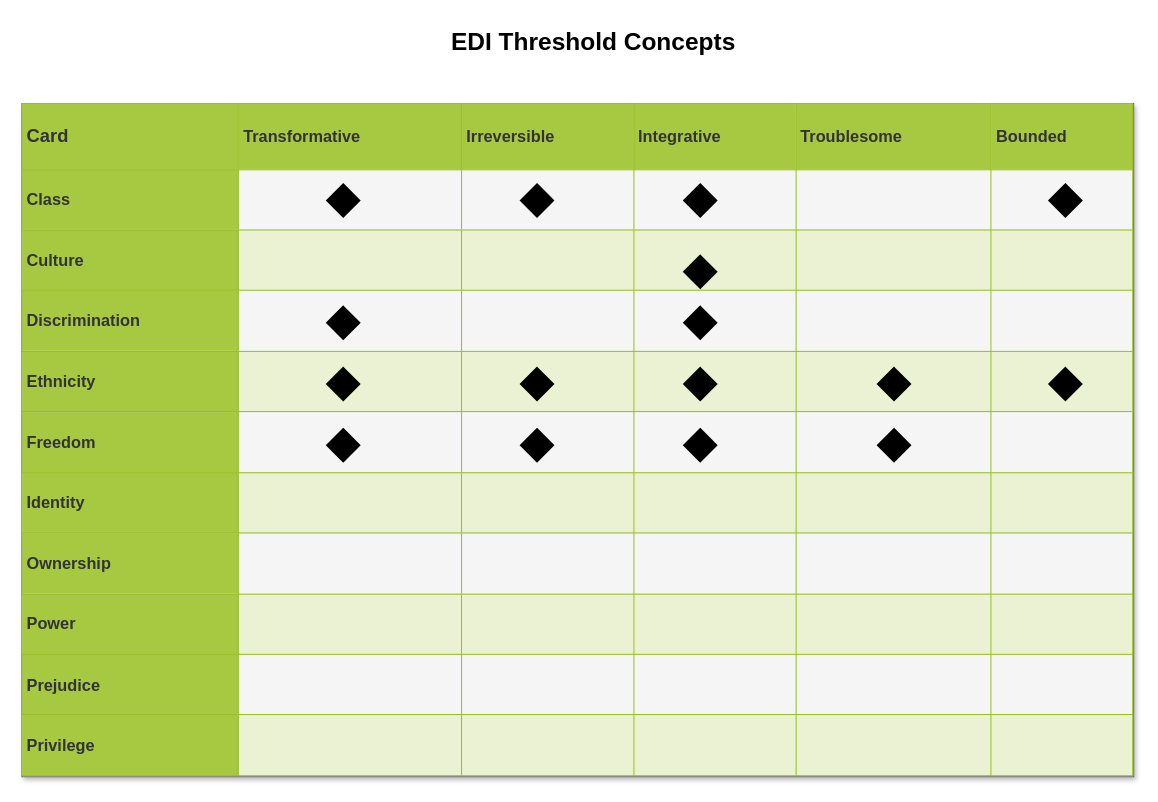
Before: Untitled Diagram.drawio in matthewsillence/edi_cards, a draw.io diagram. Source tidied: cells renumbered, new cells numbered last; positions are measured from the earlier drawing's top-left corner, leaving out a move shared by most shapes. Both pictures are drawn from the tidied source at 102%, with x=0, y=0 at pixel (21, 21).
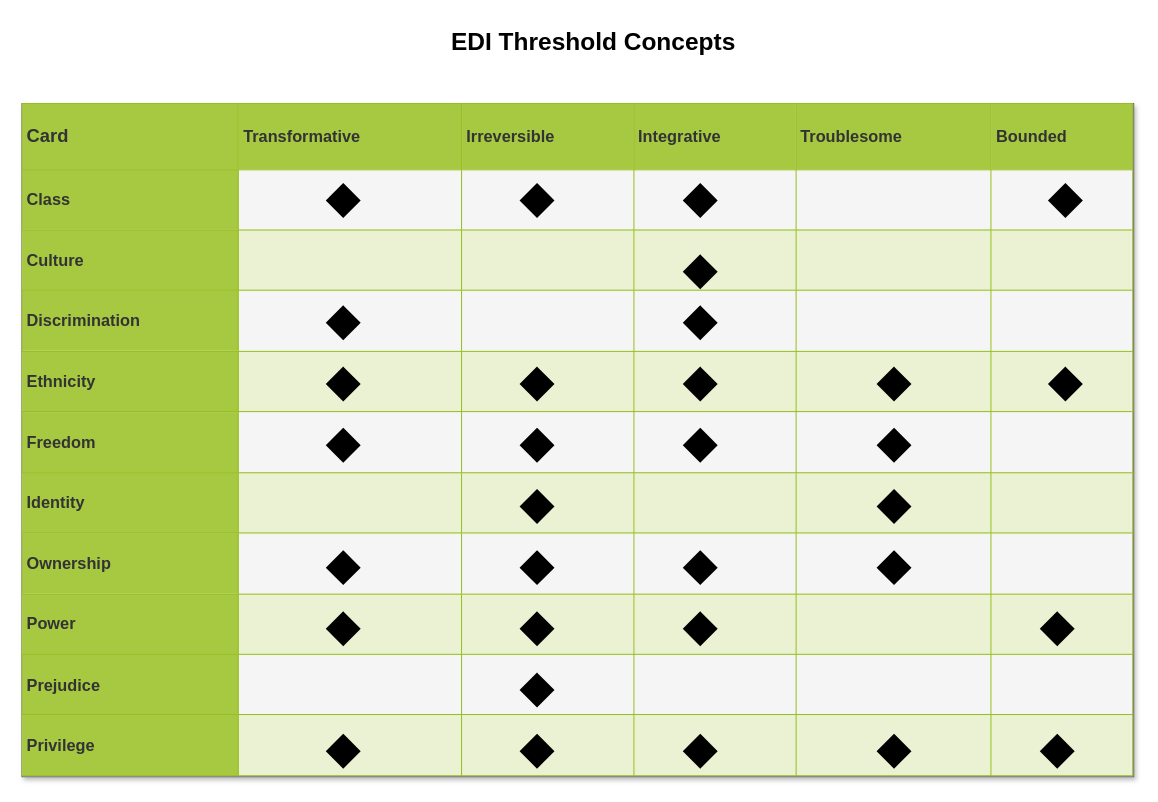
The same diagram, later.

Diff of the diagram source:
```diff
@@
+    <mxCell id="20" style="rhombus;whiteSpace=wrap;html=1;rounded=0;shadow=0;strokeWidth=3;fillColor=#000000;fontSize=14;" parent="1" vertex="1">
+      <mxGeometry x="490" y="460" width="30" height="30" as="geometry" />
+    </mxCell>
+    <mxCell id="21" style="rhombus;whiteSpace=wrap;html=1;rounded=0;shadow=0;strokeWidth=3;fillColor=#000000;fontSize=14;" parent="1" vertex="1">
+      <mxGeometry x="840" y="460" width="30" height="30" as="geometry" />
+    </mxCell>
+    <mxCell id="22" style="rhombus;whiteSpace=wrap;html=1;rounded=0;shadow=0;strokeWidth=3;fillColor=#000000;fontSize=14;" parent="1" vertex="1">
+      <mxGeometry x="300" y="520" width="30" height="30" as="geometry" />
+    </mxCell>
+    <mxCell id="23" style="rhombus;whiteSpace=wrap;html=1;rounded=0;shadow=0;strokeWidth=3;fillColor=#000000;fontSize=14;" parent="1" vertex="1">
+      <mxGeometry x="840" y="520" width="30" height="30" as="geometry" />
+    </mxCell>
+    <mxCell id="24" style="rhombus;whiteSpace=wrap;html=1;rounded=0;shadow=0;strokeWidth=3;fillColor=#000000;fontSize=14;" parent="1" vertex="1">
+      <mxGeometry x="490" y="520" width="30" height="30" as="geometry" />
+    </mxCell>
+    <mxCell id="25" style="rhombus;whiteSpace=wrap;html=1;rounded=0;shadow=0;strokeWidth=3;fillColor=#000000;fontSize=14;" parent="1" vertex="1">
+      <mxGeometry x="650" y="520" width="30" height="30" as="geometry" />
+    </mxCell>
+    <mxCell id="26" style="rhombus;whiteSpace=wrap;html=1;rounded=0;shadow=0;strokeWidth=3;fillColor=#000000;fontSize=14;" parent="1" vertex="1">
+      <mxGeometry x="300" y="580" width="30" height="30" as="geometry" />
+    </mxCell>
+    <mxCell id="27" style="rhombus;whiteSpace=wrap;html=1;rounded=0;shadow=0;strokeWidth=3;fillColor=#000000;fontSize=14;" parent="1" vertex="1">
+      <mxGeometry x="490" y="580" width="30" height="30" as="geometry" />
+    </mxCell>
+    <mxCell id="28" style="rhombus;whiteSpace=wrap;html=1;rounded=0;shadow=0;strokeWidth=3;fillColor=#000000;fontSize=14;" parent="1" vertex="1">
+      <mxGeometry x="650" y="580" width="30" height="30" as="geometry" />
+    </mxCell>
+    <mxCell id="29" style="rhombus;whiteSpace=wrap;html=1;rounded=0;shadow=0;strokeWidth=3;fillColor=#000000;fontSize=14;" parent="1" vertex="1">
+      <mxGeometry x="1000" y="580" width="30" height="30" as="geometry" />
+    </mxCell>
+    <mxCell id="30" style="rhombus;whiteSpace=wrap;html=1;rounded=0;shadow=0;strokeWidth=3;fillColor=#000000;fontSize=14;" parent="1" vertex="1">
+      <mxGeometry x="490" y="640" width="30" height="30" as="geometry" />
+    </mxCell>
+    <mxCell id="31" style="rhombus;whiteSpace=wrap;html=1;rounded=0;shadow=0;strokeWidth=3;fillColor=#000000;fontSize=14;" parent="1" vertex="1">
+      <mxGeometry x="300" y="700" width="30" height="30" as="geometry" />
+    </mxCell>
+    <mxCell id="32" style="rhombus;whiteSpace=wrap;html=1;rounded=0;shadow=0;strokeWidth=3;fillColor=#000000;fontSize=14;" parent="1" vertex="1">
+      <mxGeometry x="490" y="700" width="30" height="30" as="geometry" />
+    </mxCell>
+    <mxCell id="33" style="rhombus;whiteSpace=wrap;html=1;rounded=0;shadow=0;strokeWidth=3;fillColor=#000000;fontSize=14;" parent="1" vertex="1">
+      <mxGeometry x="650" y="700" width="30" height="30" as="geometry" />
+    </mxCell>
+    <mxCell id="34" style="rhombus;whiteSpace=wrap;html=1;rounded=0;shadow=0;strokeWidth=3;fillColor=#000000;fontSize=14;" parent="1" vertex="1">
+      <mxGeometry x="840" y="700" width="30" height="30" as="geometry" />
+    </mxCell>
+    <mxCell id="35" style="rhombus;whiteSpace=wrap;html=1;rounded=0;shadow=0;strokeWidth=3;fillColor=#000000;fontSize=14;" parent="1" vertex="1">
+      <mxGeometry x="1000" y="700" width="30" height="30" as="geometry" />
+    </mxCell>
```
